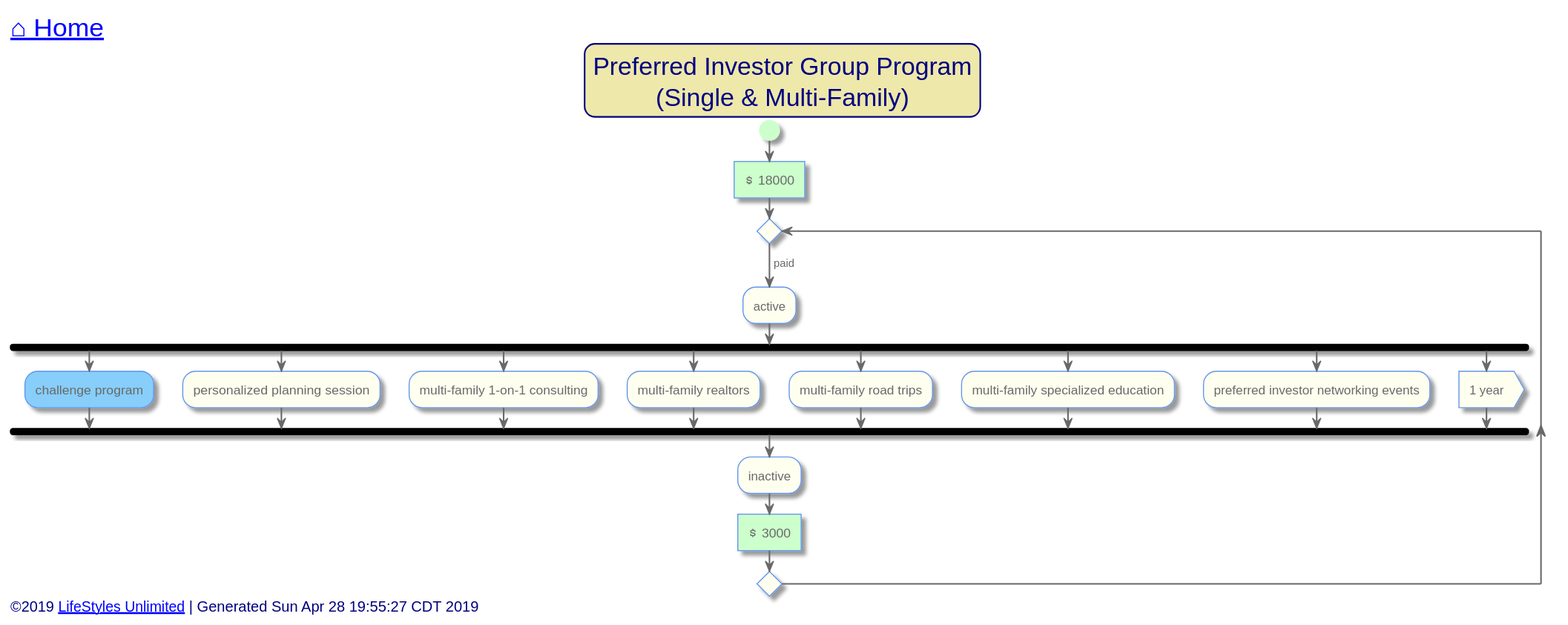
toddmo/lifestylesunlimited keeps this PlantUML diagram as out/src/multi-family/preferred-investor-group-program.svg. Above is the earlier version. The source it was exported from:
```plantuml
@startuml preferred-investor-group-program


skinparam {
  BorderColor Red
  PathHoverColor Blue
}

skinparam Title {
  FontColor Navy
  BackgroundColor PaleGoldenRod
  BorderColor Navy
  BorderRoundCorner 20
  FontSize 24
}

skinparam activity {
  BackgroundColor Ivory
  BorderColor CornflowerBlue
  BorderThickness 1
  FontColor DimGray


  Arrow {
    Color dimgray
    FontColor dimgray
  }

  Start {
    Color PHYSICAL
  }

  End {
    Color Coral
  }

  Diamond {
    BackgroundColor Ivory
    BorderColor CornflowerBlue
    FontColor DarkGray
  }

  BackgroundColor<< Exception >> Red
	BorderColor<< Exception >> White
}

skinparam Swimlane {
  BorderColor CornflowerBlue
}

skinparam Partition {
  BackgroundColor Ivory
  BorderColor CornflowerBlue
  BorderThickness 1
  FontColor CornflowerBlue
  FontSize 16
  BorderRoundCorner 20
}

skinparam Note {
  BackgroundColor LightSteelBlue
  BorderColor CornflowerBlue
  FontColor White
}

skinparam Legend {
  BackgroundColor LightSteelBlue
  BorderColor CornflowerBlue
  FontColor White
}

skinparam Footer {
  FontColor Navy
}


left header
	<font color=Navy size=24>[[../index.svg ⌂ Home]]</font>
endheader


	Title Preferred Investor Group Program\n(Single & Multi-Family)

	start

	#PHYSICAL:<&dollar> 18000]

	repeat
		->paid;
		:active;
		fork
			[[../single-family/challenge-program.svg?sanitize=true]]#LightSkyBlue:challenge program;
		fork again
			:personalized planning session;
		fork again
			:multi-family 1-on-1 consulting;
		fork again
			:multi-family realtors;
		fork again
			:multi-family road trips;
		fork again
			:multi-family specialized education;
		fork again
			:preferred investor networking events;
		fork again
		:1 year>
		end fork
		:inactive;

		#PHYSICAL:<&dollar> 3000]
	repeat while ()


left footer
	<font size=14>©2019 [[http://www.lifestylesunlimited.com LifeStyles Unlimited]] | Generated Sun Apr 28 19:55:27 CDT 2019</font>
endfooter


@enduml
```
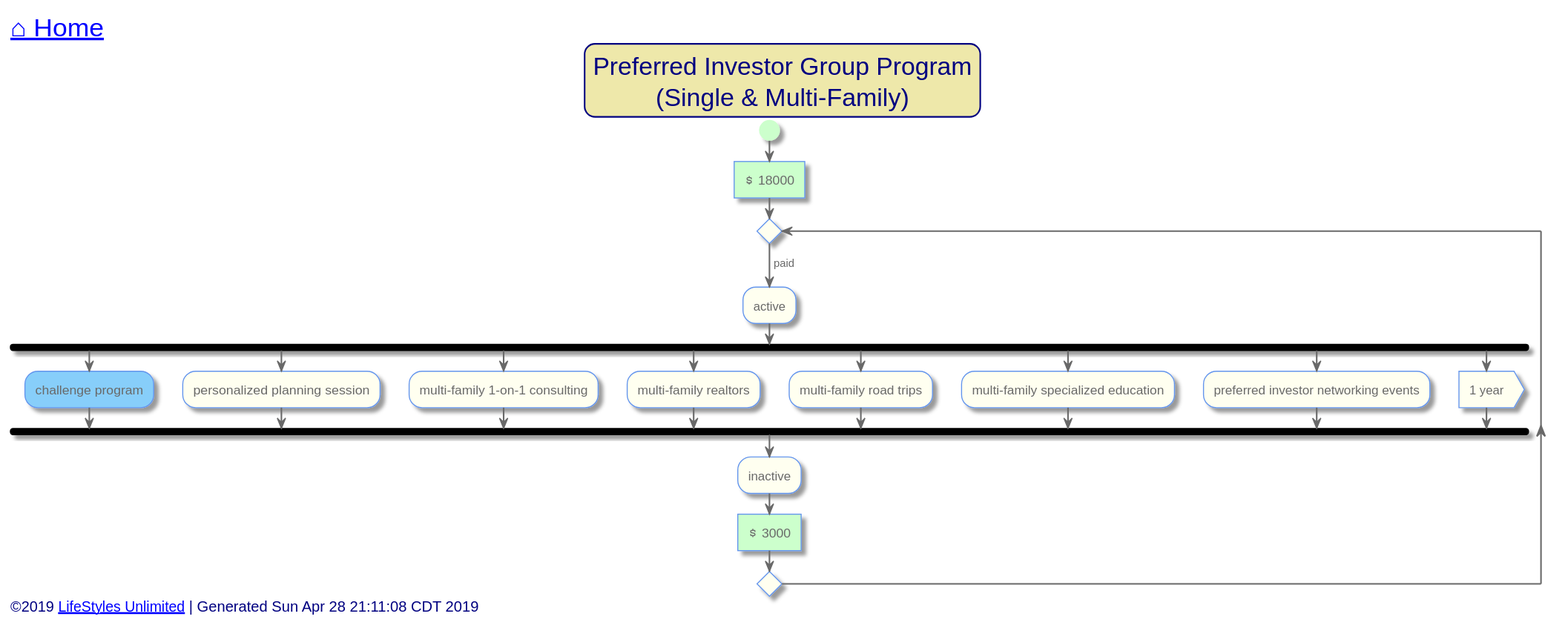
The same file after the commit.

What changed in the source:
```diff
@@ -75,7 +75,7 @@
 
 
 left header
-	<font color=Navy size=24>[[../index.svg ⌂ Home]]</font>
+	<font color=Navy size=24>[[../index.svg?sanitize=true ⌂ Home]]</font>
 endheader
 
 
@@ -112,7 +112,7 @@
 
 
 left footer
-	<font size=14>©2019 [[http://www.lifestylesunlimited.com LifeStyles Unlimited]] | Generated Sun Apr 28 19:55:27 CDT 2019</font>
+	<font size=14>©2019 [[http://www.lifestylesunlimited.com LifeStyles Unlimited]] | Generated Sun Apr 28 21:11:08 CDT 2019</font>
 endfooter
 
 
```
